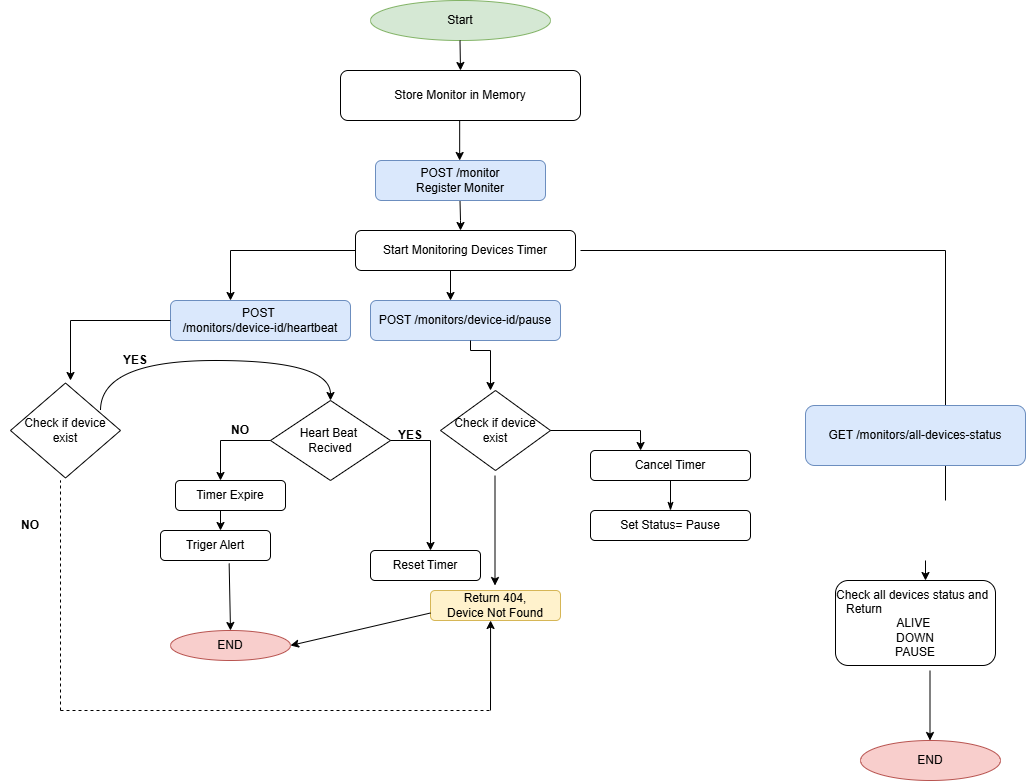
The draw.io diagram ArchitectureDiagram.png in issahsalim/Pulse-Check-API, before a commit. Source tidied: cells renumbered, new cells last; positions are measured from the earlier drawing's top-left corner, leaving out a move shared by most shapes.
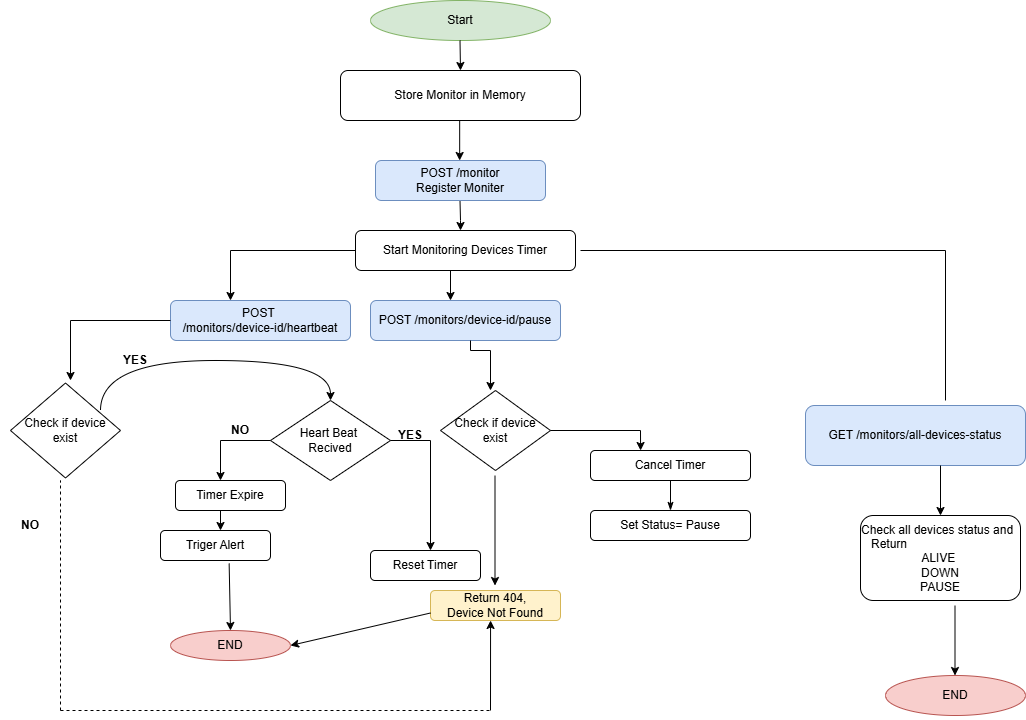
The same file after the commit.

What changed in the source:
```diff
@@ -32,20 +32,14 @@
     <mxCell id="7" style="endArrow=none;html=1;rounded=0;" parent="1" edge="1">
       <mxGeometry relative="1" as="geometry">
         <mxPoint x="945" y="250" as="sourcePoint" />
-        <mxPoint x="945" y="500" as="targetPoint" />
+        <mxPoint x="945" y="400" as="targetPoint" />
       </mxGeometry>
     </mxCell>
     <mxCell id="8" value="GET /monitors/all-devices-status" style="rounded=1;whiteSpace=wrap;html=1;fillColor=#dae8fc;strokeColor=#6c8ebf;" parent="1" vertex="1">
       <mxGeometry x="805" y="405" width="220" height="60" as="geometry" />
     </mxCell>
-    <mxCell id="9" style="endArrow=classic;html=1;rounded=0;" parent="1" edge="1">
-      <mxGeometry relative="1" as="geometry">
-        <mxPoint x="925" y="560" as="sourcePoint" />
-        <mxPoint x="925" y="580" as="targetPoint" />
-      </mxGeometry>
-    </mxCell>
     <mxCell id="10" value="&lt;div style=&quot;text-align: left;&quot;&gt;&lt;span style=&quot;background-color: transparent; color: light-dark(rgb(0, 0, 0), rgb(255, 255, 255));&quot;&gt;Check all devices status and&amp;nbsp; &amp;nbsp; &amp;nbsp;Return&amp;nbsp;&amp;nbsp;&lt;/span&gt;&lt;/div&gt;&lt;div&gt;ALIVE&amp;nbsp;&lt;/div&gt;&lt;div&gt;DOWN&lt;/div&gt;&lt;div&gt;PAUSE&lt;/div&gt;" style="rounded=1;whiteSpace=wrap;html=1;" parent="1" vertex="1">
-      <mxGeometry x="835" y="580" width="160" height="85" as="geometry" />
+      <mxGeometry x="860" y="515" width="160" height="85" as="geometry" />
     </mxCell>
     <mxCell id="11" style="endArrow=classic;html=1;rounded=0;" parent="1" edge="1">
       <mxGeometry relative="1" as="geometry">
@@ -206,12 +200,12 @@
       <mxGeometry x="105" y="350" width="60" height="20" as="geometry" />
     </mxCell>
     <mxCell id="45" value="END" style="ellipse;whiteSpace=wrap;html=1;fillColor=#f8cecc;strokeColor=#b85450;" parent="1" vertex="1">
-      <mxGeometry x="860" y="740" width="140" height="40" as="geometry" />
+      <mxGeometry x="885" y="675" width="140" height="40" as="geometry" />
     </mxCell>
     <mxCell id="46" style="endArrow=classic;html=1;rounded=0;" parent="1" edge="1">
       <mxGeometry relative="1" as="geometry">
-        <mxPoint x="929.5" y="670" as="sourcePoint" />
-        <mxPoint x="929.5" y="740" as="targetPoint" />
+        <mxPoint x="954.5" y="605" as="sourcePoint" />
+        <mxPoint x="954.5" y="675" as="targetPoint" />
       </mxGeometry>
     </mxCell>
     <mxCell id="47" value="END" style="ellipse;whiteSpace=wrap;html=1;fillColor=#f8cecc;strokeColor=#b85450;" parent="1" vertex="1">
@@ -238,5 +232,10 @@
         <mxPoint x="459.2" y="160" as="targetPoint" />
       </mxGeometry>
     </mxCell>
+    <mxCell id="54" style="endArrow=classic;html=1;rounded=0;entryX=0.5;entryY=0;entryDx=0;entryDy=0;" parent="1" edge="1" target="10">
+      <mxGeometry relative="1" as="geometry">
+        <mxPoint x="940" y="465" as="sourcePoint" />
+      </mxGeometry>
+    </mxCell>
   </root>
 </mxGraphModel>
```
